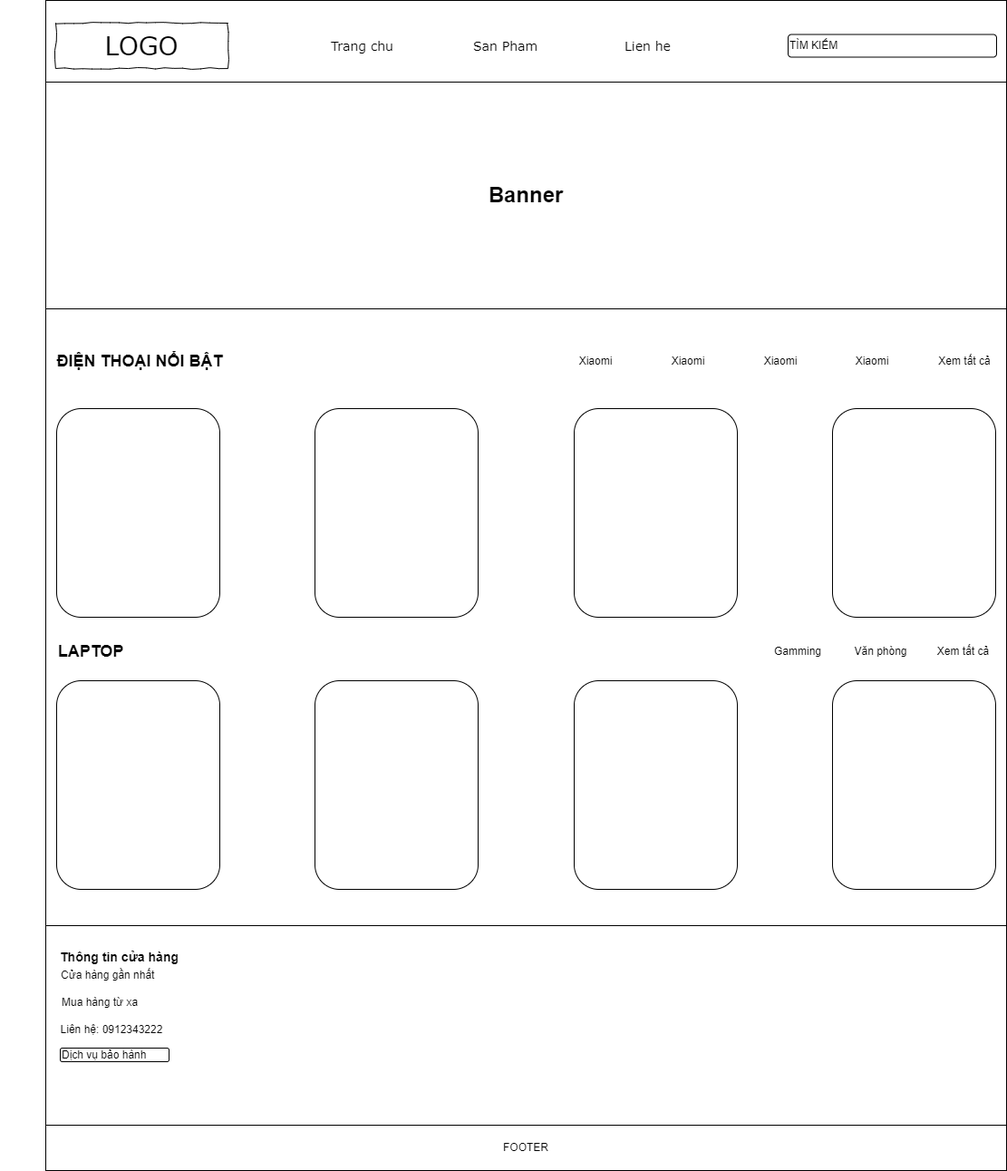
NguyenHocPH36330/Web106_HocNC keeps this draw.io diagram as img/Trang chu.png. Above is the earlier version. Source tidied: cells renumbered, new cells last; positions are measured from the earlier drawing's top-left corner, leaving out a move shared by most shapes.
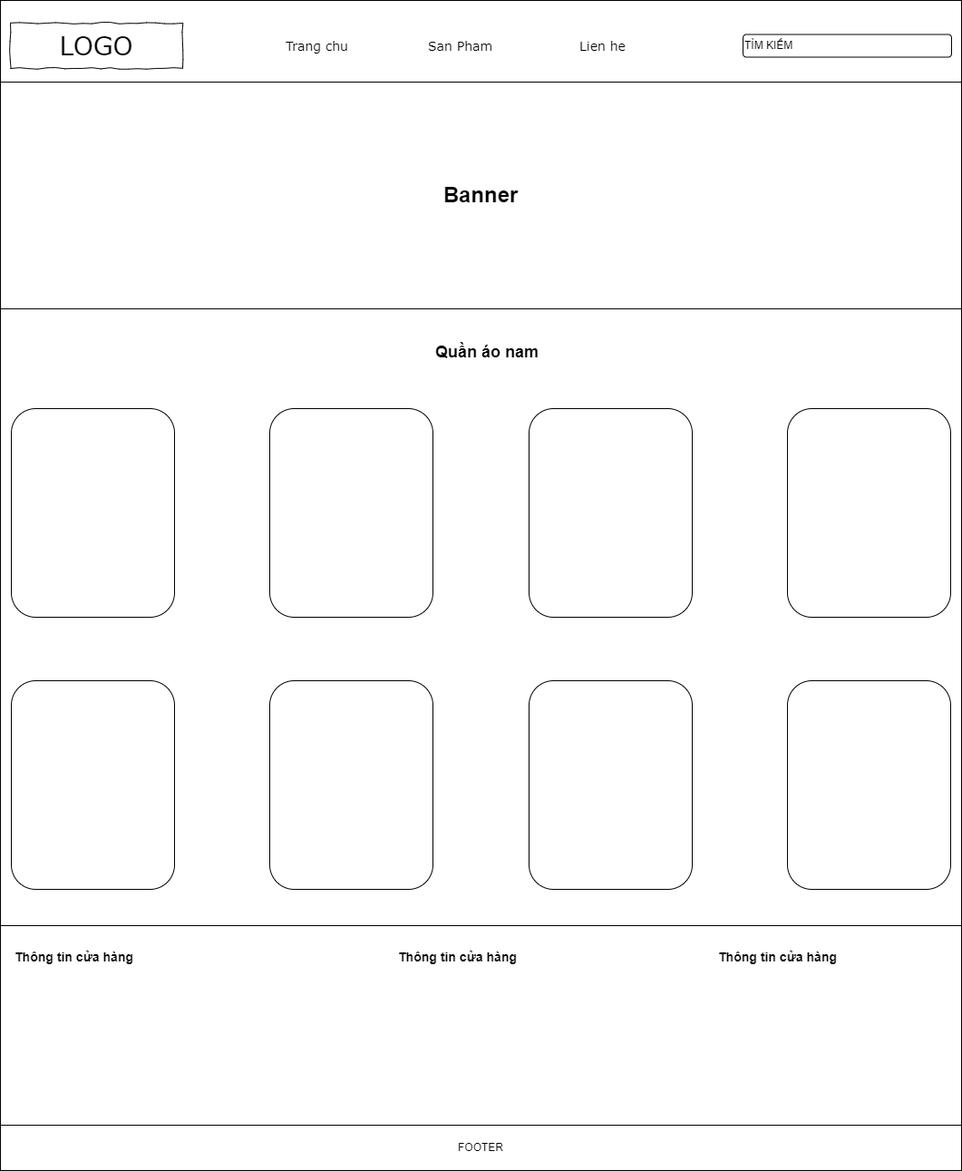
After the change.

Diff of the diagram source:
```diff
@@ -35,12 +35,9 @@
     <mxCell id="12" style="rounded=1;whiteSpace=wrap;html=1;flipH=0;flipV=0;" parent="10" vertex="1">
       <mxGeometry x="533" width="180" height="230" as="geometry" />
     </mxCell>
-    <mxCell id="13" value="&lt;h2&gt;ĐIỆN THOẠI NỔI BẬT&lt;/h2&gt;" style="text;html=1;strokeColor=none;fillColor=none;align=center;verticalAlign=middle;whiteSpace=wrap;rounded=0;" parent="1" vertex="1">
-      <mxGeometry x="54" y="370" width="200" height="55" as="geometry" />
+    <mxCell id="13" value="&lt;h2&gt;Quần áo nam&lt;/h2&gt;" style="text;html=1;strokeColor=none;fillColor=none;align=center;verticalAlign=middle;whiteSpace=wrap;rounded=0;" parent="1" vertex="1">
+      <mxGeometry x="487" y="360" width="200" height="55" as="geometry" />
     </mxCell>
-    <mxCell id="14" value="&lt;h2&gt;LAPTOP&lt;/h2&gt;" style="text;html=1;strokeColor=none;fillColor=none;align=center;verticalAlign=middle;whiteSpace=wrap;rounded=0;" parent="1" vertex="1">
-      <mxGeometry y="690" width="200" height="55" as="geometry" />
-    </mxCell>
     <mxCell id="15" value="TÌM KIẾM" style="rounded=1;whiteSpace=wrap;html=1;align=left;" parent="1" vertex="1">
       <mxGeometry x="869" y="37.5" width="230" height="25" as="geometry" />
     </mxCell>
@@ -68,41 +65,11 @@
     <mxCell id="23" style="rounded=1;whiteSpace=wrap;html=1;flipH=0;flipV=0;" parent="1" vertex="1">
       <mxGeometry x="347" y="750" width="180" height="230" as="geometry" />
     </mxCell>
-    <mxCell id="24" value="Xiaomi" style="text;html=1;strokeColor=none;fillColor=none;align=center;verticalAlign=middle;whiteSpace=wrap;rounded=0;flipH=1;" parent="1" vertex="1">
-      <mxGeometry x="627" y="383" width="60" height="30" as="geometry" />
-    </mxCell>
-    <mxCell id="25" value="Xiaomi" style="text;html=1;strokeColor=none;fillColor=none;align=center;verticalAlign=middle;whiteSpace=wrap;rounded=0;flipH=1;" parent="1" vertex="1">
-      <mxGeometry x="729" y="383" width="60" height="30" as="geometry" />
-    </mxCell>
-    <mxCell id="26" value="Xiaomi" style="text;html=1;strokeColor=none;fillColor=none;align=center;verticalAlign=middle;whiteSpace=wrap;rounded=0;flipH=1;" parent="1" vertex="1">
-      <mxGeometry x="831" y="382.5" width="60" height="30" as="geometry" />
-    </mxCell>
-    <mxCell id="27" value="Xiaomi" style="text;html=1;strokeColor=none;fillColor=none;align=center;verticalAlign=middle;whiteSpace=wrap;rounded=0;flipH=1;" parent="1" vertex="1">
-      <mxGeometry x="932" y="383" width="60" height="30" as="geometry" />
-    </mxCell>
-    <mxCell id="28" value="Xem tất cả" style="text;html=1;strokeColor=none;fillColor=none;align=center;verticalAlign=middle;whiteSpace=wrap;rounded=0;flipH=1;" parent="1" vertex="1">
-      <mxGeometry x="1034" y="383" width="60" height="30" as="geometry" />
-    </mxCell>
-    <mxCell id="29" value="Cửa hàng gần nhất" style="text;html=1;strokeColor=none;fillColor=none;align=left;verticalAlign=middle;whiteSpace=wrap;rounded=0;" parent="1" vertex="1">
-      <mxGeometry x="65" y="1060" width="138" height="30" as="geometry" />
-    </mxCell>
-    <mxCell id="30" value="Mua hàng từ xa" style="text;html=1;strokeColor=none;fillColor=none;align=left;verticalAlign=middle;whiteSpace=wrap;rounded=0;" parent="1" vertex="1">
-      <mxGeometry x="66" y="1090" width="138" height="30" as="geometry" />
-    </mxCell>
-    <mxCell id="31" value="Gamming" style="text;html=1;strokeColor=none;fillColor=none;align=center;verticalAlign=middle;whiteSpace=wrap;rounded=0;flipH=0;" parent="1" vertex="1">
-      <mxGeometry x="850" y="702.5" width="60" height="30" as="geometry" />
-    </mxCell>
-    <mxCell id="32" value="Văn phòng" style="text;html=1;strokeColor=none;fillColor=none;align=center;verticalAlign=middle;whiteSpace=wrap;rounded=0;flipH=0;" parent="1" vertex="1">
-      <mxGeometry x="933" y="702.5" width="77" height="30" as="geometry" />
-    </mxCell>
-    <mxCell id="33" value="Xem tất cả" style="text;html=1;strokeColor=none;fillColor=none;align=center;verticalAlign=middle;whiteSpace=wrap;rounded=0;flipH=0;" parent="1" vertex="1">
-      <mxGeometry x="1024" y="702.5" width="77" height="30" as="geometry" />
-    </mxCell>
-    <mxCell id="34" value="Liên hệ: 0912343222" style="text;html=1;strokeColor=none;fillColor=none;align=center;verticalAlign=middle;whiteSpace=wrap;rounded=0;" parent="1" vertex="1">
-      <mxGeometry x="57" y="1120" width="132" height="30" as="geometry" />
-    </mxCell>
-    <mxCell id="35" value="Dịch vụ bảo hành" style="rounded=1;whiteSpace=wrap;html=1;align=left;" parent="1" vertex="1">
-      <mxGeometry x="66" y="1155" width="120" height="15" as="geometry" />
-    </mxCell>
+    <mxCell id="36" value="&lt;h3&gt;Thông tin cửa hàng&lt;/h3&gt;" style="text;html=1;strokeColor=none;fillColor=none;align=left;verticalAlign=middle;whiteSpace=wrap;rounded=0;" parent="1" vertex="1">
+      <mxGeometry x="487" y="1040" width="140" height="30" as="geometry" />
+    </mxCell>
+    <mxCell id="37" value="&lt;h3&gt;Thông tin cửa hàng&lt;/h3&gt;" style="text;html=1;strokeColor=none;fillColor=none;align=left;verticalAlign=middle;whiteSpace=wrap;rounded=0;" parent="1" vertex="1">
+      <mxGeometry x="840" y="1040" width="140" height="30" as="geometry" />
+    </mxCell>
   </root>
 </mxGraphModel>
```
